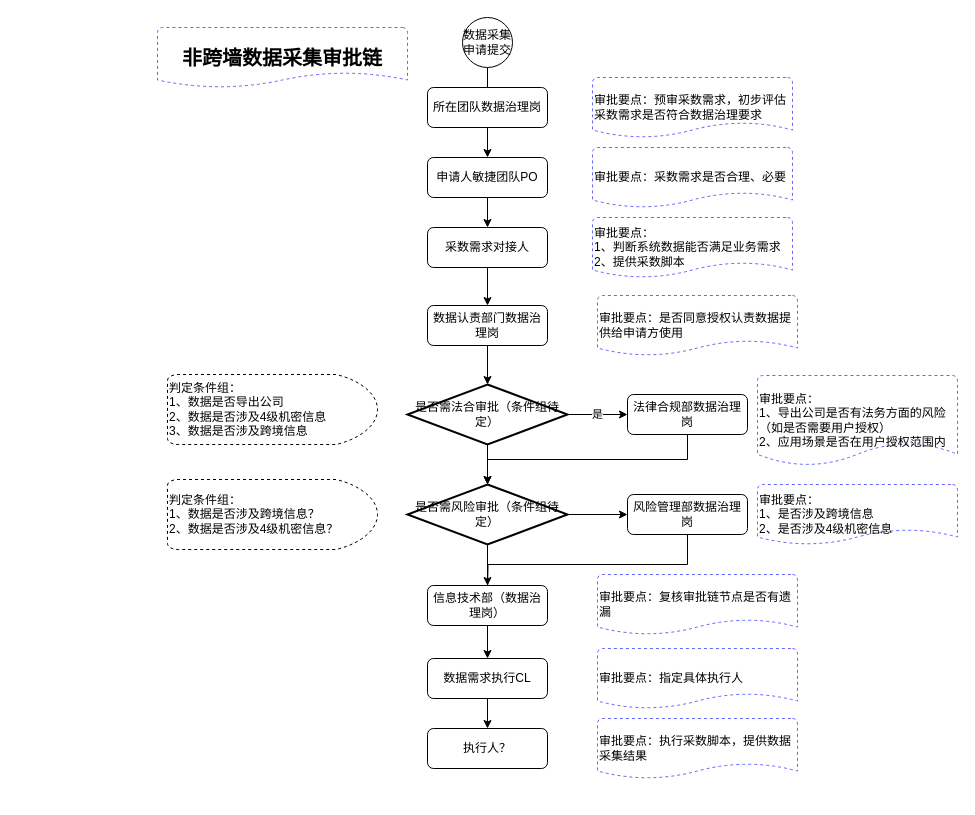
Earlier version of the draw.io diagram 数据授权.drawio (sidonghua/wuziqi). Source tidied: cells renumbered, new cells numbered last; positions are measured from the earlier drawing's top-left corner, leaving out a move shared by most shapes. Both pictures are drawn from the tidied source at 100%, with x=0, y=0 at pixel (157, 17).
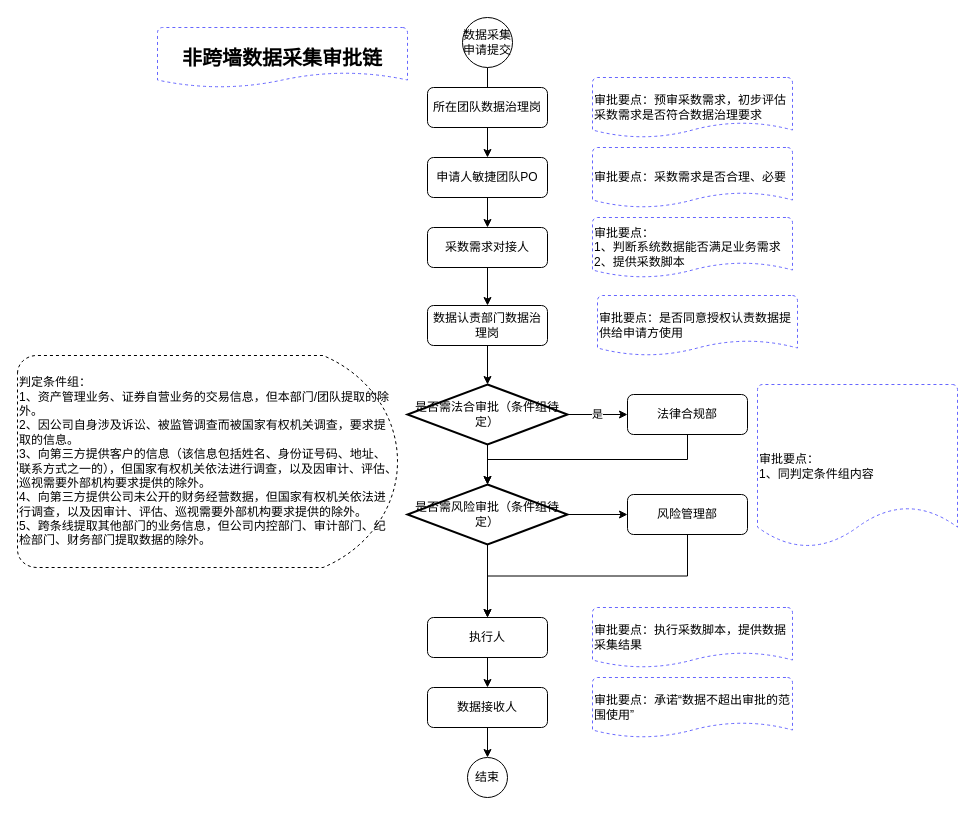
After the change.

Unchanged cells that the change refers to:
```xml
<mxCell id="24" value="是否需风险审批（条件组待定）" style="strokeWidth=2;html=1;shape=mxgraph.flowchart.decision;whiteSpace=wrap;" parent="1" vertex="1">
  <mxGeometry x="250" y="467" width="160" height="60" as="geometry" />
</mxCell>
```

Diff of the diagram source:
```diff
@@
-    <mxCell id="11" value="法律合规部数据治理岗" style="rounded=1;whiteSpace=wrap;html=1;" parent="1" vertex="1">
+    <mxCell id="11" value="法律合规部" style="rounded=1;whiteSpace=wrap;html=1;" parent="1" vertex="1">
       <mxGeometry x="470" y="377" width="120" height="40" as="geometry" />
     </mxCell>
-    <mxCell id="12" value="审批要点：&lt;br&gt;1、导出公司是否有法务方面的风险（如是否需要用户授权）&lt;br&gt;2、应用场景是否在用户授权范围内" style="strokeWidth=1;html=1;shape=mxgraph.flowchart.document2;whiteSpace=wrap;size=0.25;strokeColor=#6666FF;align=left;dashed=1;" parent="1" vertex="1">
-      <mxGeometry x="600" y="358" width="200" height="90" as="geometry" />
+    <mxCell id="12" value="审批要点：&lt;br&gt;1、同判定条件组内容" style="strokeWidth=1;html=1;shape=mxgraph.flowchart.document2;whiteSpace=wrap;size=0.25;strokeColor=#6666FF;align=left;dashed=1;" parent="1" vertex="1">
+      <mxGeometry x="600" y="367" width="200" height="163" as="geometry" />
     </mxCell>
@@
-    <mxCell id="16" value="审批要点：&lt;br&gt;1、是否涉及跨境信息&lt;br&gt;2、是否涉及4级机密信息" style="strokeWidth=1;html=1;shape=mxgraph.flowchart.document2;whiteSpace=wrap;size=0.25;strokeColor=#6666FF;align=left;dashed=1;" parent="1" vertex="1">
-      <mxGeometry x="600" y="467" width="200" height="60" as="geometry" />
-    </mxCell>
-    <mxCell id="17" style="edgeStyle=orthogonalEdgeStyle;rounded=0;jettySize=auto;html=1;exitX=0.5;exitY=1;exitDx=0;exitDy=0;" parent="1" edge="1" source="18">
-      <mxGeometry relative="1" as="geometry">
-        <mxPoint x="330" y="577" as="targetPoint" />
-      </mxGeometry>
+    <mxCell id="17" style="edgeStyle=orthogonalEdgeStyle;rounded=0;jettySize=auto;html=1;exitX=0.5;exitY=1;exitDx=0;exitDy=0;entryX=0.5;entryY=0;entryDx=0;entryDy=0;" parent="1" edge="1" source="18" target="32">
+      <mxGeometry relative="1" as="geometry" />
     </mxCell>
-    <mxCell id="18" value="风险管理部数据治理岗" style="rounded=1;whiteSpace=wrap;html=1;" parent="1" vertex="1">
+    <mxCell id="18" value="风险管理部" style="rounded=1;whiteSpace=wrap;html=1;" parent="1" vertex="1">
       <mxGeometry x="470" y="477" width="120" height="40" as="geometry" />
     </mxCell>
-    <mxCell id="19" style="edgeStyle=orthogonalEdgeStyle;rounded=0;jettySize=auto;html=1;" parent="1" edge="1" source="20" target="34">
-      <mxGeometry relative="1" as="geometry" />
-    </mxCell>
-    <mxCell id="20" value="信息技术部（数据治理岗）" style="rounded=1;whiteSpace=wrap;html=1;" parent="1" vertex="1">
-      <mxGeometry x="270" y="568" width="120" height="40" as="geometry" />
-    </mxCell>
@@
-    <mxCell id="23" style="edgeStyle=orthogonalEdgeStyle;rounded=0;jettySize=auto;html=1;exitX=0.5;exitY=1;exitDx=0;exitDy=0;exitPerimeter=0;entryX=0.5;entryY=0;entryDx=0;entryDy=0;" parent="1" edge="1" source="24" target="20">
+    <mxCell id="23" style="edgeStyle=orthogonalEdgeStyle;rounded=0;jettySize=auto;html=1;exitX=0.5;exitY=1;exitDx=0;exitDy=0;exitPerimeter=0;entryX=0.5;entryY=0;entryDx=0;entryDy=0;" parent="1" edge="1" source="24" target="32">
       <mxGeometry relative="1" as="geometry" />
     </mxCell>
@@
-    <mxCell id="27" value="审批要点：复核审批链节点是否有遗漏" style="strokeWidth=1;html=1;shape=mxgraph.flowchart.document2;whiteSpace=wrap;size=0.25;strokeColor=#6666FF;align=left;dashed=1;" parent="1" vertex="1">
-      <mxGeometry x="440" y="557" width="200" height="60" as="geometry" />
-    </mxCell>
-    <mxCell id="28" value="判定条件组：&lt;br&gt;1、数据是否导出公司&lt;br&gt;2、数据是否涉及4级机密信息&lt;br&gt;3、数据是否涉及跨境信息" style="strokeWidth=1;html=1;shape=mxgraph.flowchart.delay;whiteSpace=wrap;dashed=1;align=left;" parent="1" vertex="1">
-      <mxGeometry x="10" y="357" width="210" height="70" as="geometry" />
+    <mxCell id="28" value="&lt;div&gt;判定条件组：&lt;/div&gt;&lt;div&gt;1、资产管理业务、证券自营业务的交易信息，但本部门/团队提取的除外。&lt;/div&gt;&lt;div&gt;2、因公司自身涉及诉讼、被监管调查而被国家有权机关调查，要求提取的信息。&lt;/div&gt;&lt;div&gt;3、向第三方提供客户的信息（该信息包括姓名、身份证号码、地址、联系方式之一的），但国家有权机关依法进行调查，以及因审计、评估、巡视需要外部机构要求提供的除外。&lt;/div&gt;&lt;div&gt;4、向第三方提供公司未公开的财务经营数据，但国家有权机关依法进行调查，以及因审计、评估、巡视需要外部机构要求提供的除外。&lt;/div&gt;&lt;div&gt;5、跨条线提取其他部门的业务信息，但公司内控部门、审计部门、纪检部门、财务部门提取数据的除外。&lt;/div&gt;" style="strokeWidth=1;html=1;shape=mxgraph.flowchart.delay;whiteSpace=wrap;dashed=1;align=left;" parent="1" vertex="1">
+      <mxGeometry x="-140" y="338" width="380" height="212" as="geometry" />
     </mxCell>
-    <mxCell id="29" value="判定条件组：&lt;br&gt;1、数据是否涉及跨境信息？&lt;br&gt;2、数据是否涉及4级机密信息？" style="strokeWidth=1;html=1;shape=mxgraph.flowchart.delay;whiteSpace=wrap;dashed=1;align=left;" parent="1" vertex="1">
-      <mxGeometry x="10" y="462" width="210" height="70" as="geometry" />
-    </mxCell>
@@
+    <mxCell id="38" style="edgeStyle=orthogonalEdgeStyle;rounded=0;jettySize=auto;html=1;exitX=0.5;exitY=1;exitDx=0;exitDy=0;entryX=0.5;entryY=0;entryDx=0;entryDy=0;" parent="1" edge="1" source="32" target="40">
+      <mxGeometry relative="1" as="geometry" />
+    </mxCell>
-    <mxCell id="32" value="执行人？" style="rounded=1;whiteSpace=wrap;html=1;" parent="1" vertex="1">
-      <mxGeometry x="270" y="711" width="120" height="40" as="geometry" />
+    <mxCell id="32" value="执行人" style="rounded=1;whiteSpace=wrap;html=1;" parent="1" vertex="1">
+      <mxGeometry x="270" y="600" width="120" height="40" as="geometry" />
     </mxCell>
-    <mxCell id="33" style="edgeStyle=orthogonalEdgeStyle;rounded=0;jettySize=auto;html=1;" parent="1" edge="1" source="34" target="32">
-      <mxGeometry relative="1" as="geometry" />
-    </mxCell>
-    <mxCell id="34" value="数据需求执行CL" style="rounded=1;whiteSpace=wrap;html=1;" parent="1" vertex="1">
-      <mxGeometry x="270" y="641" width="120" height="40" as="geometry" />
-    </mxCell>
@@
     <mxCell id="36" value="审批要点：执行采数脚本，提供数据采集结果" style="strokeWidth=1;html=1;shape=mxgraph.flowchart.document2;whiteSpace=wrap;size=0.25;strokeColor=#6666FF;align=left;dashed=1;" parent="1" vertex="1">
-      <mxGeometry x="440" y="701" width="200" height="60" as="geometry" />
+      <mxGeometry x="435" y="590" width="200" height="60" as="geometry" />
     </mxCell>
-    <mxCell id="37" value="审批要点：指定具体执行人" style="strokeWidth=1;html=1;shape=mxgraph.flowchart.document2;whiteSpace=wrap;size=0.25;strokeColor=#6666FF;align=left;dashed=1;" parent="1" vertex="1">
-      <mxGeometry x="440" y="631" width="200" height="60" as="geometry" />
-    </mxCell>
+    <mxCell id="39" style="edgeStyle=orthogonalEdgeStyle;rounded=0;jettySize=auto;html=1;exitX=0.5;exitY=1;exitDx=0;exitDy=0;entryX=0.5;entryY=0;entryDx=0;entryDy=0;" parent="1" edge="1" source="40" target="42">
+      <mxGeometry relative="1" as="geometry" />
+    </mxCell>
+    <mxCell id="40" value="数据接收人" style="rounded=1;whiteSpace=wrap;html=1;" parent="1" vertex="1">
+      <mxGeometry x="270" y="670" width="120" height="40" as="geometry" />
+    </mxCell>
+    <mxCell id="41" value="审批要点：承诺“数据不超出审批的范围使用”" style="strokeWidth=1;html=1;shape=mxgraph.flowchart.document2;whiteSpace=wrap;size=0.25;strokeColor=#6666FF;align=left;dashed=1;" parent="1" vertex="1">
+      <mxGeometry x="435" y="660" width="200" height="60" as="geometry" />
+    </mxCell>
+    <mxCell id="42" value="结束" style="ellipse;whiteSpace=wrap;html=1;" parent="1" vertex="1">
+      <mxGeometry x="310" y="740" width="40" height="40" as="geometry" />
+    </mxCell>
```
